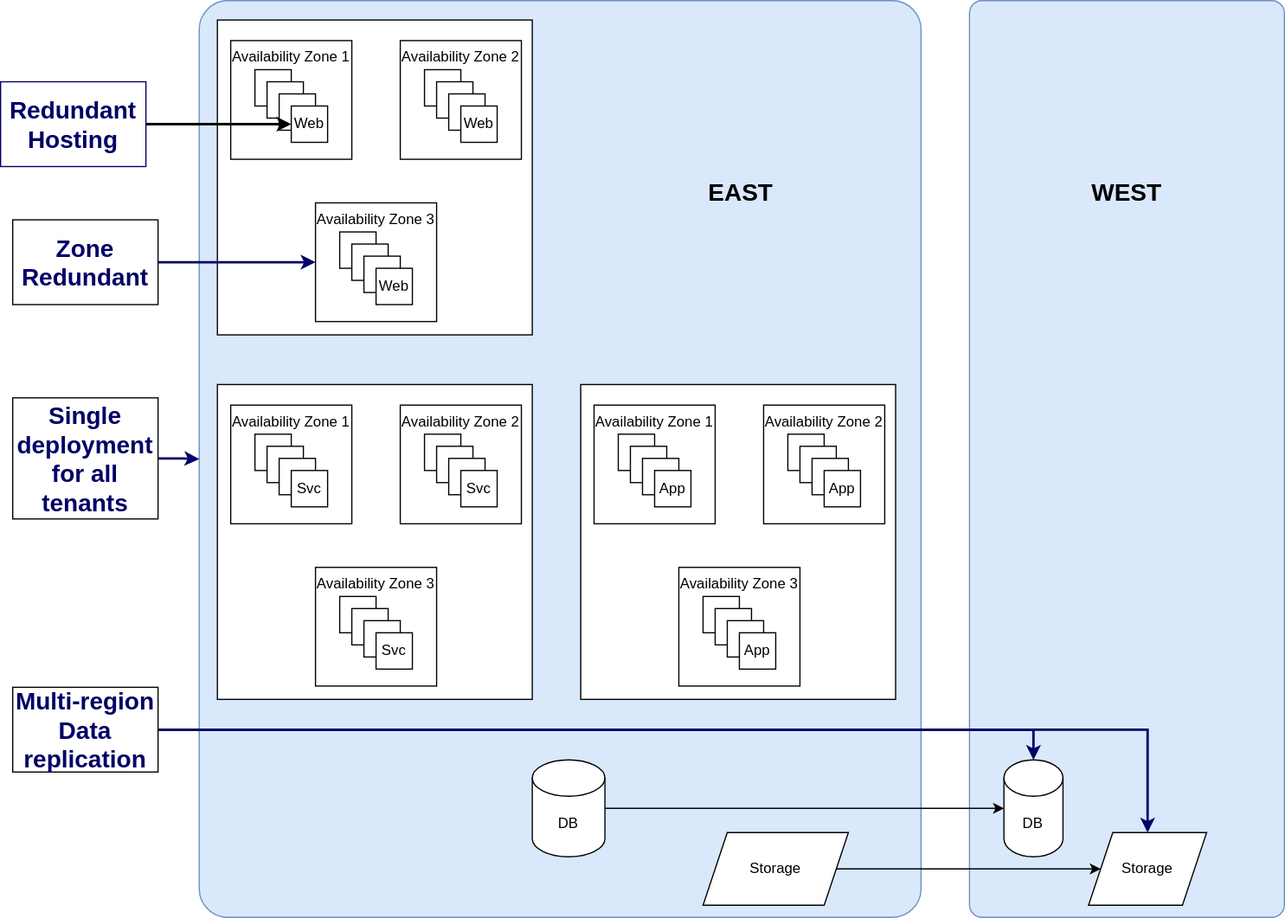
Earlier version of the draw.io export dr/DRBCP.svg (vjavle/invoicecloud). Source tidied: cells renumbered, new cells last; positions are measured from the earlier drawing's top-left corner, leaving out a move shared by most shapes.
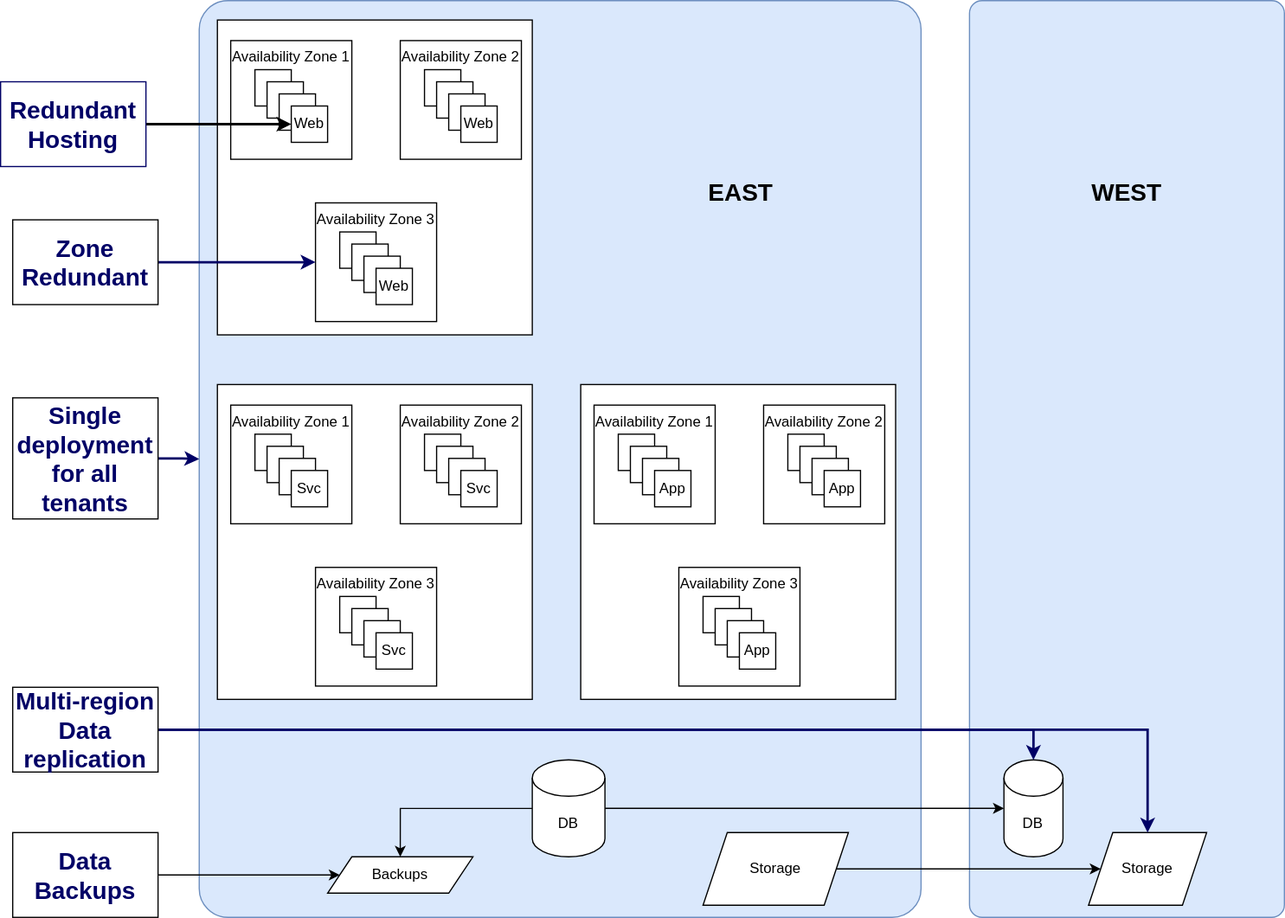
Above is the later version.

The edit, as a diff of the source:
```diff
@@ -203,6 +203,9 @@
     <mxCell id="68" value="App" style="whiteSpace=wrap;html=1;" parent="63" vertex="1">
       <mxGeometry x="50" y="54" width="30" height="30" as="geometry" />
     </mxCell>
+    <mxCell id="79" style="edgeStyle=orthogonalEdgeStyle;rounded=0;jettySize=auto;html=1;fontSize=20;fontColor=#000066;strokeColor=#000000;strokeWidth=1;entryX=0.5;entryY=0;entryDx=0;entryDy=0;" parent="1" edge="1" source="69" target="80">
+      <mxGeometry relative="1" as="geometry" />
+    </mxCell>
     <mxCell id="69" value="DB" style="shape=cylinder3;whiteSpace=wrap;html=1;boundedLbl=1;backgroundOutline=1;size=15;" parent="1" vertex="1">
       <mxGeometry x="439" y="627" width="60" height="80" as="geometry" />
     </mxCell>
@@ -233,5 +236,14 @@
     <mxCell id="78" value="Single deployment for all tenants" style="rounded=0;whiteSpace=wrap;html=1;fontSize=20;fontColor=#000066;strokeWidth=0;fontStyle=1;" parent="1" vertex="1">
       <mxGeometry x="10" y="328" width="120" height="100" as="geometry" />
     </mxCell>
+    <mxCell id="80" value="Backups" style="shape=parallelogram;perimeter=parallelogramPerimeter;whiteSpace=wrap;html=1;fixedSize=1;" parent="1" vertex="1">
+      <mxGeometry x="270" y="707" width="120" height="30" as="geometry" />
+    </mxCell>
+    <mxCell id="81" style="edgeStyle=orthogonalEdgeStyle;rounded=0;jettySize=auto;html=1;fontSize=20;fontColor=#000066;strokeColor=#000000;strokeWidth=1;" parent="1" edge="1" source="82" target="80">
+      <mxGeometry relative="1" as="geometry" />
+    </mxCell>
+    <mxCell id="82" value="Data Backups" style="rounded=0;whiteSpace=wrap;html=1;fontSize=20;fontColor=#000066;strokeWidth=0;fontStyle=1;" parent="1" vertex="1">
+      <mxGeometry x="10" y="687" width="120" height="70" as="geometry" />
+    </mxCell>
   </root>
 </mxGraphModel>
```
